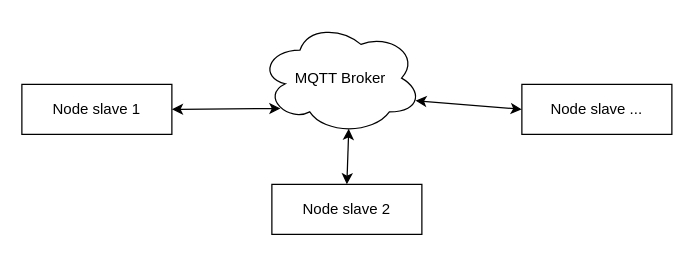
Above: Diagram-system/generaldiagram.drawio in thaivanhoa37/environmental-monitoring-system (draw.io), before the change. Source tidied: cells renumbered, new cells numbered last; positions are measured from the earlier drawing's top-left corner, leaving out a move shared by most shapes. Both pictures are drawn from the tidied source at 125%, with x=0, y=0 at pixel (21, 21).
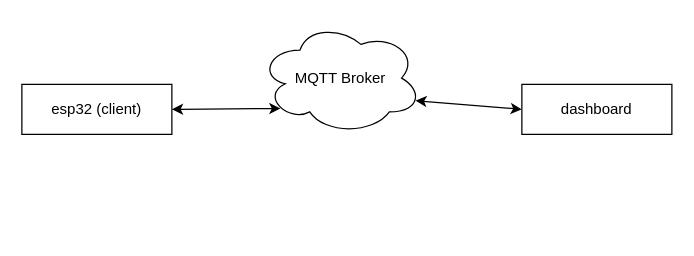
The same diagram, later.

Commit message:
Cập nhật generaldiagram.drawio

The edit, as a diff of the source:
```diff
@@
 <mxGraphModel>
   <root>
     <mxCell id="0" />
     <mxCell id="1" parent="0" />
     <mxCell id="2" value="MQTT Broker" style="ellipse;shape=cloud;whiteSpace=wrap;html=1;" parent="1" vertex="1">
       <mxGeometry x="190" width="130" height="90" as="geometry" />
     </mxCell>
-    <mxCell id="3" value="Node slave 1" style="rounded=0;whiteSpace=wrap;html=1;" parent="1" vertex="1">
+    <mxCell id="3" value="esp32 (client)" style="rounded=0;whiteSpace=wrap;html=1;" parent="1" vertex="1">
       <mxGeometry y="50" width="120" height="40" as="geometry" />
     </mxCell>
-    <mxCell id="4" value="Node slave 2" style="rounded=0;whiteSpace=wrap;html=1;" parent="1" vertex="1">
-      <mxGeometry x="200" y="130" width="120" height="40" as="geometry" />
-    </mxCell>
-    <mxCell id="5" value="Node slave ..." style="rounded=0;whiteSpace=wrap;html=1;" parent="1" vertex="1">
+    <mxCell id="5" value="dashboard" style="rounded=0;whiteSpace=wrap;html=1;" parent="1" vertex="1">
       <mxGeometry x="400" y="50" width="120" height="40" as="geometry" />
     </mxCell>
     <mxCell id="6" style="endArrow=classic;startArrow=classic;html=1;rounded=0;exitX=1;exitY=0.5;exitDx=0;exitDy=0;entryX=0.13;entryY=0.77;entryDx=0;entryDy=0;entryPerimeter=0;" parent="1" edge="1" source="3" target="2">
       <mxGeometry relative="1" as="geometry" />
     </mxCell>
-    <mxCell id="7" style="endArrow=classic;startArrow=classic;html=1;rounded=0;exitX=0.5;exitY=0;exitDx=0;exitDy=0;entryX=0.55;entryY=0.95;entryDx=0;entryDy=0;entryPerimeter=0;" parent="1" edge="1" source="4" target="2">
-      <mxGeometry relative="1" as="geometry" />
-    </mxCell>
     <mxCell id="8" style="endArrow=classic;startArrow=classic;html=1;rounded=0;exitX=0.96;exitY=0.7;exitDx=0;exitDy=0;exitPerimeter=0;entryX=0;entryY=0.5;entryDx=0;entryDy=0;" parent="1" edge="1" source="2" target="5">
       <mxGeometry relative="1" as="geometry" />
     </mxCell>
   </root>
 </mxGraphModel>
```
